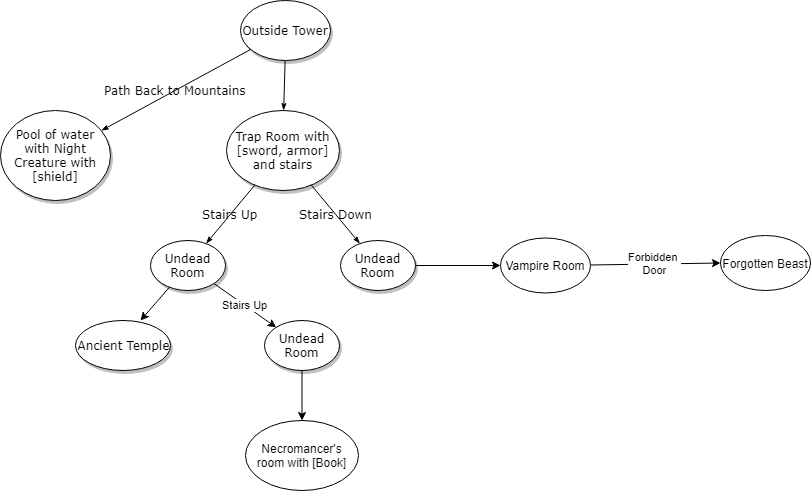
Above: Structure/Outline.png in khaston10/-The-Secrets-of-Life-and-Death (draw.io), before the change. Source tidied: cells renumbered, new cells last; positions are measured from the earlier drawing's top-left corner, leaving out a move shared by most shapes. Source of this version:
```xml
<mxGraphModel background="#ffffff">
  <root>
    <mxCell id="0" />
    <mxCell id="1" parent="0" />
    <mxCell id="2" style="edgeStyle=none;rounded=1;html=1;labelBackgroundColor=none;startArrow=none;startFill=0;startSize=5;endArrow=classicThin;endFill=1;endSize=5;jettySize=auto;strokeColor=#050505;strokeWidth=1;fontFamily=Verdana;fontSize=12;fontColor=#000000;" parent="1" edge="1" source="4" target="7">
      <mxGeometry relative="1" as="geometry" />
    </mxCell>
    <mxCell id="3" value="Path Back to Mountains" style="edgeStyle=none;rounded=1;html=1;labelBackgroundColor=none;startArrow=none;startFill=0;startSize=5;endArrow=classicThin;endFill=1;endSize=5;jettySize=auto;strokeColor=#050505;strokeWidth=1;fontFamily=Verdana;fontSize=12;fontColor=#000000;" parent="1" edge="1" source="4" target="13">
      <mxGeometry relative="1" as="geometry" />
    </mxCell>
    <mxCell id="4" value="Outside Tower" style="ellipse;whiteSpace=wrap;html=1;rounded=0;shadow=1;comic=0;labelBackgroundColor=none;strokeColor=#000000;strokeWidth=1;fillColor=#FFFFFF;fontFamily=Verdana;fontSize=12;fontColor=#000000;align=center;" parent="1" vertex="1">
      <mxGeometry x="240" width="90" height="60" as="geometry" />
    </mxCell>
    <mxCell id="5" value="Stairs Up" style="edgeStyle=none;rounded=1;html=1;labelBackgroundColor=none;startArrow=none;startFill=0;startSize=5;endArrow=classicThin;endFill=1;endSize=5;jettySize=auto;strokeColor=#000000;strokeWidth=1;fontFamily=Verdana;fontSize=12;fontColor=#000000;" parent="1" edge="1" source="7" target="12">
      <mxGeometry relative="1" as="geometry" />
    </mxCell>
    <mxCell id="6" value="Stairs Down" style="edgeStyle=none;rounded=1;html=1;labelBackgroundColor=none;startArrow=none;startFill=0;startSize=5;endArrow=classicThin;endFill=1;endSize=5;jettySize=auto;strokeColor=#030303;strokeWidth=1;fontFamily=Verdana;fontSize=12;fontColor=#000000;" parent="1" edge="1" source="7" target="9">
      <mxGeometry relative="1" as="geometry" />
    </mxCell>
    <mxCell id="7" value="Trap Room with [sword, armor] and stairs" style="ellipse;whiteSpace=wrap;html=1;rounded=0;shadow=1;comic=0;labelBackgroundColor=none;strokeColor=#000000;strokeWidth=1;fillColor=#FFFFFF;fontFamily=Verdana;fontSize=12;fontColor=#000000;align=center;" parent="1" vertex="1">
      <mxGeometry x="226" y="110" width="113" height="80" as="geometry" />
    </mxCell>
    <mxCell id="8" style="edgeStyle=orthogonalEdgeStyle;rounded=0;jettySize=auto;html=1;entryX=0;entryY=0.5;entryDx=0;entryDy=0;" parent="1" edge="1" source="9" target="15">
      <mxGeometry relative="1" as="geometry" />
    </mxCell>
    <mxCell id="9" value="&lt;span&gt;Undead Room&lt;/span&gt;" style="ellipse;whiteSpace=wrap;html=1;rounded=0;shadow=1;comic=0;labelBackgroundColor=none;strokeColor=#000000;strokeWidth=1;fillColor=#FFFFFF;fontFamily=Verdana;fontSize=12;fontColor=#000000;align=center;" parent="1" vertex="1">
      <mxGeometry x="340" y="240" width="75" height="50" as="geometry" />
    </mxCell>
    <mxCell id="10" style="rounded=0;jettySize=auto;html=1;" parent="1" edge="1" source="12">
      <mxGeometry relative="1" as="geometry">
        <mxPoint x="140" y="320" as="targetPoint" />
      </mxGeometry>
    </mxCell>
    <mxCell id="11" value="Stairs Up" style="edgeStyle=none;rounded=0;jettySize=auto;html=1;" parent="1" edge="1" source="12" target="18">
      <mxGeometry relative="1" as="geometry" />
    </mxCell>
    <mxCell id="12" value="&lt;span&gt;Undead Room&lt;/span&gt;" style="ellipse;whiteSpace=wrap;html=1;rounded=0;shadow=1;comic=0;labelBackgroundColor=none;strokeColor=#000000;strokeWidth=1;fillColor=#FFFFFF;fontFamily=Verdana;fontSize=12;fontColor=#000000;align=center;" parent="1" vertex="1">
      <mxGeometry x="150" y="240" width="75" height="50" as="geometry" />
    </mxCell>
    <mxCell id="13" value="Pool of water with Night Creature with [shield]" style="ellipse;whiteSpace=wrap;html=1;rounded=0;shadow=1;comic=0;labelBackgroundColor=none;strokeColor=#000000;strokeWidth=1;fillColor=#FFFFFF;fontFamily=Verdana;fontSize=12;fontColor=#000000;align=center;" parent="1" vertex="1">
      <mxGeometry y="110" width="110" height="90" as="geometry" />
    </mxCell>
    <mxCell id="14" value="Forbidden&amp;nbsp;&lt;br&gt;Door" style="edgeStyle=none;rounded=0;jettySize=auto;html=1;entryX=0;entryY=0.5;entryDx=0;entryDy=0;" parent="1" edge="1" source="15" target="20">
      <mxGeometry relative="1" as="geometry" />
    </mxCell>
    <mxCell id="15" value="Vampire Room" style="ellipse;whiteSpace=wrap;html=1;" parent="1" vertex="1">
      <mxGeometry x="500" y="237.5" width="90" height="55" as="geometry" />
    </mxCell>
    <mxCell id="16" value="Necromancer's room with [Book]" style="ellipse;whiteSpace=wrap;html=1;" parent="1" vertex="1">
      <mxGeometry x="245" y="420" width="113" height="70" as="geometry" />
    </mxCell>
    <mxCell id="17" style="edgeStyle=none;rounded=0;jettySize=auto;html=1;entryX=0.5;entryY=0;entryDx=0;entryDy=0;" parent="1" edge="1" source="18" target="16">
      <mxGeometry relative="1" as="geometry" />
    </mxCell>
    <mxCell id="18" value="&lt;span&gt;Undead Room&lt;/span&gt;" style="ellipse;whiteSpace=wrap;html=1;rounded=0;shadow=1;comic=0;labelBackgroundColor=none;strokeColor=#000000;strokeWidth=1;fillColor=#FFFFFF;fontFamily=Verdana;fontSize=12;fontColor=#000000;align=center;" parent="1" vertex="1">
      <mxGeometry x="264" y="320" width="75" height="50" as="geometry" />
    </mxCell>
    <mxCell id="19" value="&lt;span&gt;Ancient&amp;nbsp;&lt;/span&gt;Temple" style="ellipse;whiteSpace=wrap;html=1;rounded=0;shadow=1;comic=0;labelBackgroundColor=none;strokeColor=#000000;strokeWidth=1;fillColor=#FFFFFF;fontFamily=Verdana;fontSize=12;fontColor=#000000;align=center;" parent="1" vertex="1">
      <mxGeometry x="75" y="320" width="95" height="50" as="geometry" />
    </mxCell>
    <mxCell id="20" value="Forgotten Beast" style="ellipse;whiteSpace=wrap;html=1;" parent="1" vertex="1">
      <mxGeometry x="720" y="235" width="90" height="55" as="geometry" />
    </mxCell>
  </root>
</mxGraphModel>
```
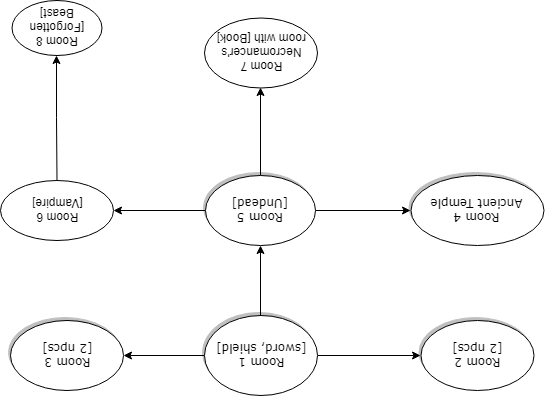
The same file after the commit.

Change to the diagram source:
```diff
@@ -2,64 +2,50 @@
   <root>
     <mxCell id="0" />
     <mxCell id="1" parent="0" />
-    <mxCell id="2" style="edgeStyle=none;rounded=1;html=1;labelBackgroundColor=none;startArrow=none;startFill=0;startSize=5;endArrow=classicThin;endFill=1;endSize=5;jettySize=auto;strokeColor=#050505;strokeWidth=1;fontFamily=Verdana;fontSize=12;fontColor=#000000;" parent="1" edge="1" source="4" target="7">
-      <mxGeometry relative="1" as="geometry" />
-    </mxCell>
-    <mxCell id="3" value="Path Back to Mountains" style="edgeStyle=none;rounded=1;html=1;labelBackgroundColor=none;startArrow=none;startFill=0;startSize=5;endArrow=classicThin;endFill=1;endSize=5;jettySize=auto;strokeColor=#050505;strokeWidth=1;fontFamily=Verdana;fontSize=12;fontColor=#000000;" parent="1" edge="1" source="4" target="13">
-      <mxGeometry relative="1" as="geometry" />
-    </mxCell>
-    <mxCell id="4" value="Outside Tower" style="ellipse;whiteSpace=wrap;html=1;rounded=0;shadow=1;comic=0;labelBackgroundColor=none;strokeColor=#000000;strokeWidth=1;fillColor=#FFFFFF;fontFamily=Verdana;fontSize=12;fontColor=#000000;align=center;" parent="1" vertex="1">
-      <mxGeometry x="240" width="90" height="60" as="geometry" />
-    </mxCell>
-    <mxCell id="5" value="Stairs Up" style="edgeStyle=none;rounded=1;html=1;labelBackgroundColor=none;startArrow=none;startFill=0;startSize=5;endArrow=classicThin;endFill=1;endSize=5;jettySize=auto;strokeColor=#000000;strokeWidth=1;fontFamily=Verdana;fontSize=12;fontColor=#000000;" parent="1" edge="1" source="7" target="12">
+    <mxCell id="5" style="edgeStyle=orthogonalEdgeStyle;rounded=0;jettySize=auto;html=1;exitX=0;exitY=0.5;exitDx=0;exitDy=0;entryX=1;entryY=0.5;entryDx=0;entryDy=0;" parent="1" edge="1" source="7" target="12">
       <mxGeometry relative="1" as="geometry" />
     </mxCell>
-    <mxCell id="6" value="Stairs Down" style="edgeStyle=none;rounded=1;html=1;labelBackgroundColor=none;startArrow=none;startFill=0;startSize=5;endArrow=classicThin;endFill=1;endSize=5;jettySize=auto;strokeColor=#030303;strokeWidth=1;fontFamily=Verdana;fontSize=12;fontColor=#000000;" parent="1" edge="1" source="7" target="9">
-      <mxGeometry relative="1" as="geometry" />
-    </mxCell>
+    <mxCell id="21" style="edgeStyle=orthogonalEdgeStyle;rounded=0;jettySize=auto;html=1;exitX=1;exitY=0.5;exitDx=0;exitDy=0;entryX=0;entryY=0.5;entryDx=0;entryDy=0;" parent="1" edge="1" source="7" target="25">
+      <mxGeometry relative="1" as="geometry" />
+    </mxCell>
+    <mxCell id="22" style="edgeStyle=orthogonalEdgeStyle;rounded=0;jettySize=auto;html=1;exitX=0.5;exitY=1;exitDx=0;exitDy=0;entryX=0.5;entryY=0;entryDx=0;entryDy=0;" parent="1" edge="1" source="7" target="18">
+      <mxGeometry relative="1" as="geometry" />
+    </mxCell>
-    <mxCell id="7" value="Trap Room with [sword, armor] and stairs" style="ellipse;whiteSpace=wrap;html=1;rounded=0;shadow=1;comic=0;labelBackgroundColor=none;strokeColor=#000000;strokeWidth=1;fillColor=#FFFFFF;fontFamily=Verdana;fontSize=12;fontColor=#000000;align=center;" parent="1" vertex="1">
+    <mxCell id="7" value="Room 1&lt;br&gt;[sword, shield]" style="ellipse;whiteSpace=wrap;html=1;rounded=0;shadow=1;comic=0;labelBackgroundColor=none;strokeColor=#000000;strokeWidth=1;fillColor=#FFFFFF;fontFamily=Verdana;fontSize=12;fontColor=#000000;align=center;" parent="1" vertex="1">
       <mxGeometry x="226" y="110" width="113" height="80" as="geometry" />
     </mxCell>
-    <mxCell id="8" style="edgeStyle=orthogonalEdgeStyle;rounded=0;jettySize=auto;html=1;entryX=0;entryY=0.5;entryDx=0;entryDy=0;" parent="1" edge="1" source="9" target="15">
-      <mxGeometry relative="1" as="geometry" />
-    </mxCell>
-    <mxCell id="9" value="&lt;span&gt;Undead Room&lt;/span&gt;" style="ellipse;whiteSpace=wrap;html=1;rounded=0;shadow=1;comic=0;labelBackgroundColor=none;strokeColor=#000000;strokeWidth=1;fillColor=#FFFFFF;fontFamily=Verdana;fontSize=12;fontColor=#000000;align=center;" parent="1" vertex="1">
-      <mxGeometry x="340" y="240" width="75" height="50" as="geometry" />
-    </mxCell>
-    <mxCell id="10" style="rounded=0;jettySize=auto;html=1;" parent="1" edge="1" source="12">
-      <mxGeometry relative="1" as="geometry">
-        <mxPoint x="140" y="320" as="targetPoint" />
-      </mxGeometry>
-    </mxCell>
-    <mxCell id="11" value="Stairs Up" style="edgeStyle=none;rounded=0;jettySize=auto;html=1;" parent="1" edge="1" source="12" target="18">
-      <mxGeometry relative="1" as="geometry" />
-    </mxCell>
-    <mxCell id="12" value="&lt;span&gt;Undead Room&lt;/span&gt;" style="ellipse;whiteSpace=wrap;html=1;rounded=0;shadow=1;comic=0;labelBackgroundColor=none;strokeColor=#000000;strokeWidth=1;fillColor=#FFFFFF;fontFamily=Verdana;fontSize=12;fontColor=#000000;align=center;" parent="1" vertex="1">
-      <mxGeometry x="150" y="240" width="75" height="50" as="geometry" />
+    <mxCell id="12" value="&lt;span&gt;Room 2&lt;br&gt;[2 npcs]&lt;br&gt;&lt;/span&gt;" style="ellipse;whiteSpace=wrap;html=1;rounded=0;shadow=1;comic=0;labelBackgroundColor=none;strokeColor=#000000;strokeWidth=1;fillColor=#FFFFFF;fontFamily=Verdana;fontSize=12;fontColor=#000000;align=center;" parent="1" vertex="1">
+      <mxGeometry x="9.5" y="115" width="113" height="70" as="geometry" />
     </mxCell>
-    <mxCell id="13" value="Pool of water with Night Creature with [shield]" style="ellipse;whiteSpace=wrap;html=1;rounded=0;shadow=1;comic=0;labelBackgroundColor=none;strokeColor=#000000;strokeWidth=1;fillColor=#FFFFFF;fontFamily=Verdana;fontSize=12;fontColor=#000000;align=center;" parent="1" vertex="1">
-      <mxGeometry y="110" width="110" height="90" as="geometry" />
-    </mxCell>
-    <mxCell id="14" value="Forbidden&amp;nbsp;&lt;br&gt;Door" style="edgeStyle=none;rounded=0;jettySize=auto;html=1;entryX=0;entryY=0.5;entryDx=0;entryDy=0;" parent="1" edge="1" source="15" target="20">
+    <mxCell id="14" style="edgeStyle=orthogonalEdgeStyle;rounded=0;jettySize=auto;html=1;entryX=0.5;entryY=0;entryDx=0;entryDy=0;" parent="1" edge="1" source="15" target="20">
       <mxGeometry relative="1" as="geometry" />
     </mxCell>
-    <mxCell id="15" value="Vampire Room" style="ellipse;whiteSpace=wrap;html=1;" parent="1" vertex="1">
-      <mxGeometry x="500" y="237.5" width="90" height="55" as="geometry" />
+    <mxCell id="15" value="Room 6&lt;br&gt;[Vampire]" style="ellipse;whiteSpace=wrap;html=1;" parent="1" vertex="1">
+      <mxGeometry x="430" y="265" width="113" height="60" as="geometry" />
     </mxCell>
-    <mxCell id="16" value="Necromancer's room with [Book]" style="ellipse;whiteSpace=wrap;html=1;" parent="1" vertex="1">
-      <mxGeometry x="245" y="420" width="113" height="70" as="geometry" />
+    <mxCell id="16" value="Room 7&lt;br&gt;Necromancer's room with [Book]" style="ellipse;whiteSpace=wrap;html=1;" parent="1" vertex="1">
+      <mxGeometry x="226" y="417.5" width="113" height="70" as="geometry" />
     </mxCell>
+    <mxCell id="23" style="edgeStyle=orthogonalEdgeStyle;rounded=0;jettySize=auto;html=1;exitX=0;exitY=0.5;exitDx=0;exitDy=0;entryX=1;entryY=0.5;entryDx=0;entryDy=0;" parent="1" edge="1" source="18" target="19">
+      <mxGeometry relative="1" as="geometry" />
+    </mxCell>
+    <mxCell id="24" style="edgeStyle=orthogonalEdgeStyle;rounded=0;jettySize=auto;html=1;exitX=1;exitY=0.5;exitDx=0;exitDy=0;entryX=0;entryY=0.5;entryDx=0;entryDy=0;" parent="1" edge="1" source="18" target="15">
+      <mxGeometry relative="1" as="geometry" />
+    </mxCell>
-    <mxCell id="17" style="edgeStyle=none;rounded=0;jettySize=auto;html=1;entryX=0.5;entryY=0;entryDx=0;entryDy=0;" parent="1" edge="1" source="18" target="16">
+    <mxCell id="17" style="edgeStyle=orthogonalEdgeStyle;rounded=0;jettySize=auto;html=1;entryX=0.5;entryY=0;entryDx=0;entryDy=0;" parent="1" edge="1" source="18" target="16">
       <mxGeometry relative="1" as="geometry" />
     </mxCell>
-    <mxCell id="18" value="&lt;span&gt;Undead Room&lt;/span&gt;" style="ellipse;whiteSpace=wrap;html=1;rounded=0;shadow=1;comic=0;labelBackgroundColor=none;strokeColor=#000000;strokeWidth=1;fillColor=#FFFFFF;fontFamily=Verdana;fontSize=12;fontColor=#000000;align=center;" parent="1" vertex="1">
-      <mxGeometry x="264" y="320" width="75" height="50" as="geometry" />
+    <mxCell id="18" value="&lt;span&gt;Room 5&lt;br&gt;[Undead]&lt;/span&gt;" style="ellipse;whiteSpace=wrap;html=1;rounded=0;shadow=1;comic=0;labelBackgroundColor=none;strokeColor=#000000;strokeWidth=1;fillColor=#FFFFFF;fontFamily=Verdana;fontSize=12;fontColor=#000000;align=center;" parent="1" vertex="1">
+      <mxGeometry x="228" y="260" width="110" height="70" as="geometry" />
     </mxCell>
-    <mxCell id="19" value="&lt;span&gt;Ancient&amp;nbsp;&lt;/span&gt;Temple" style="ellipse;whiteSpace=wrap;html=1;rounded=0;shadow=1;comic=0;labelBackgroundColor=none;strokeColor=#000000;strokeWidth=1;fillColor=#FFFFFF;fontFamily=Verdana;fontSize=12;fontColor=#000000;align=center;" parent="1" vertex="1">
-      <mxGeometry x="75" y="320" width="95" height="50" as="geometry" />
+    <mxCell id="19" value="&lt;span&gt;Room 4&lt;br&gt;Ancient&amp;nbsp;&lt;/span&gt;Temple" style="ellipse;whiteSpace=wrap;html=1;rounded=0;shadow=1;comic=0;labelBackgroundColor=none;strokeColor=#000000;strokeWidth=1;fillColor=#FFFFFF;fontFamily=Verdana;fontSize=12;fontColor=#000000;align=center;" parent="1" vertex="1">
+      <mxGeometry x="-0.5" y="260" width="133" height="70" as="geometry" />
     </mxCell>
-    <mxCell id="20" value="Forgotten Beast" style="ellipse;whiteSpace=wrap;html=1;" parent="1" vertex="1">
-      <mxGeometry x="720" y="235" width="90" height="55" as="geometry" />
+    <mxCell id="20" value="Room 8&lt;br&gt;[Forgotten Beast]" style="ellipse;whiteSpace=wrap;html=1;" parent="1" vertex="1">
+      <mxGeometry x="441.5" y="450" width="90" height="55" as="geometry" />
     </mxCell>
+    <mxCell id="25" value="&lt;span&gt;Room 3&lt;br&gt;[2 npcs]&lt;br&gt;&lt;/span&gt;" style="ellipse;whiteSpace=wrap;html=1;rounded=0;shadow=1;comic=0;labelBackgroundColor=none;strokeColor=#000000;strokeWidth=1;fillColor=#FFFFFF;fontFamily=Verdana;fontSize=12;fontColor=#000000;align=center;" parent="1" vertex="1">
+      <mxGeometry x="420" y="115" width="113" height="70" as="geometry" />
+    </mxCell>
   </root>
 </mxGraphModel>
```
